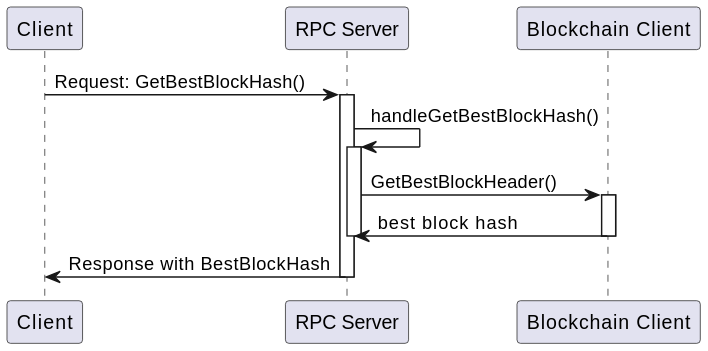
Earlier version of the PlantUML export docs/services/img/plantuml/rpc/rpc-get-best-block-height.svg (freemans13/teranode).
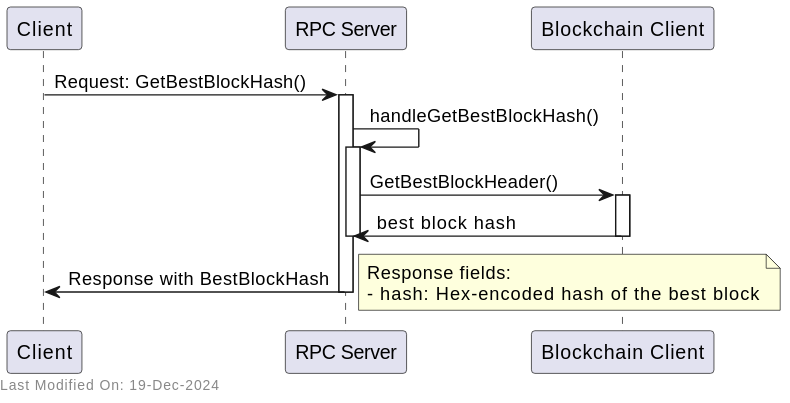
The same file after the commit.

Change to the diagram source:
```diff
@@ -10,12 +10,17 @@
 activate RPC
 RPC -> Blockchain : GetBestBlockHeader()
 
-
 activate Blockchain
 Blockchain -> RPC : best block hash
 deactivate Blockchain
 
 deactivate RPC
 RPC -> Client : Response with BestBlockHash
+note right
+Response fields:
+- hash: Hex-encoded hash of the best block
+end note
 deactivate RPC
+
+left footer Last Modified On: %date("dd-MMM-yyyy")
 @enduml
```
